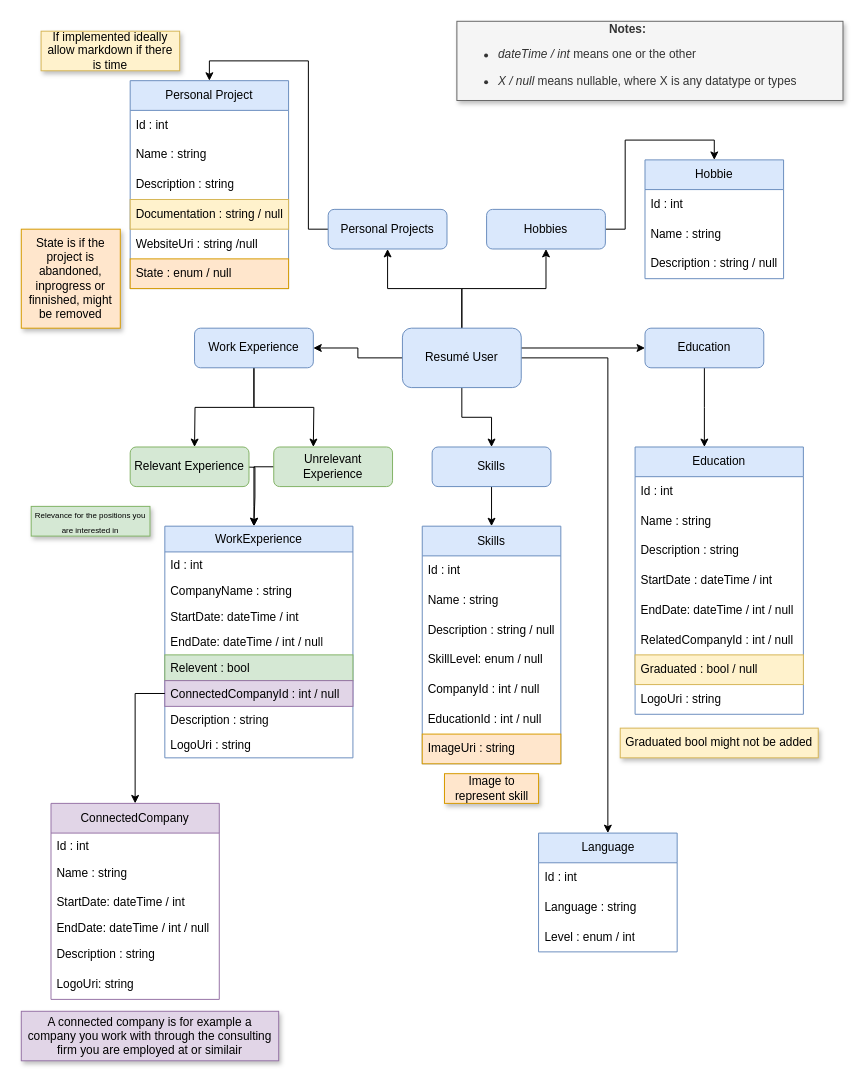
Before: Planning/Backend/PlanningDatabaseContent.drawio in Agent00bad/Examensarbete, a draw.io diagram. Source tidied: cells renumbered, new cells numbered last; positions are measured from the earlier drawing's top-left corner, leaving out a move shared by most shapes. Both pictures are drawn from the tidied source at 99%, with x=0, y=0 at pixel (21, 21).
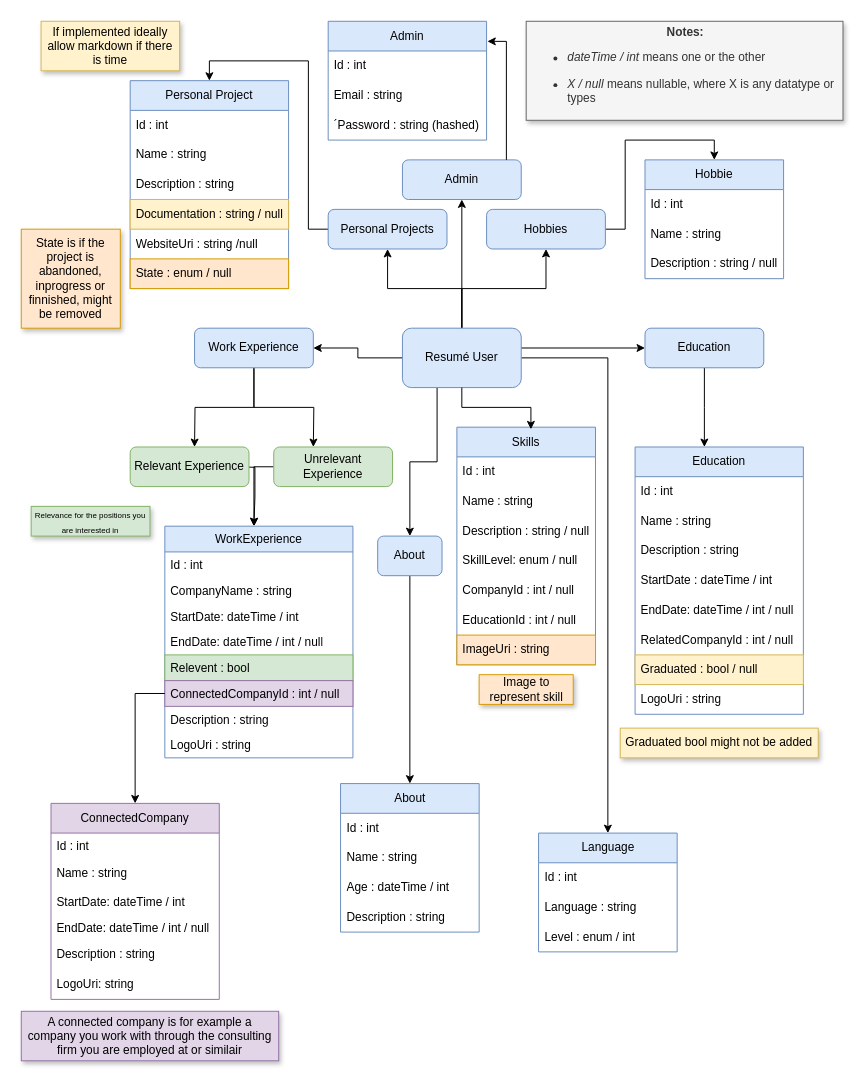
After the change.

The change refers to these unchanged cells:
```xml
<mxCell id="8" value="Resumé User" style="rounded=1;whiteSpace=wrap;html=1;fillColor=#dae8fc;strokeColor=#6c8ebf;" parent="1" vertex="1">
  <mxGeometry x="385" y="310" width="120" height="60" as="geometry" />
</mxCell>
```

Diff of the diagram source:
```diff
@@
-    <mxCell id="4" style="edgeStyle=orthogonalEdgeStyle;rounded=0;jettySize=auto;html=1;entryX=0.5;entryY=0;entryDx=0;entryDy=0;" parent="1" edge="1" source="8" target="27">
-      <mxGeometry relative="1" as="geometry" />
-    </mxCell>
@@
+    <mxCell id="80" style="edgeStyle=orthogonalEdgeStyle;rounded=0;jettySize=auto;html=1;entryX=0.5;entryY=1;entryDx=0;entryDy=0;" parent="1" edge="1" source="8" target="88">
+      <mxGeometry relative="1" as="geometry" />
+    </mxCell>
+    <mxCell id="81" style="edgeStyle=orthogonalEdgeStyle;rounded=0;jettySize=auto;html=1;entryX=0.5;entryY=0;entryDx=0;entryDy=0;" parent="1" edge="1" source="8" target="90">
+      <mxGeometry relative="1" as="geometry">
+        <Array as="points">
+          <mxPoint x="420" y="445" />
+          <mxPoint x="393" y="445" />
+        </Array>
+      </mxGeometry>
+    </mxCell>
@@
-    <mxCell id="26" style="edgeStyle=orthogonalEdgeStyle;rounded=0;jettySize=auto;html=1;exitX=0.5;exitY=1;exitDx=0;exitDy=0;entryX=0.5;entryY=0;entryDx=0;entryDy=0;" parent="1" edge="1" source="27" target="30">
-      <mxGeometry relative="1" as="geometry" />
-    </mxCell>
-    <mxCell id="27" value="Skills" style="rounded=1;whiteSpace=wrap;html=1;fillColor=#dae8fc;strokeColor=#6c8ebf;" parent="1" vertex="1">
-      <mxGeometry x="415" y="430" width="120" height="40" as="geometry" />
-    </mxCell>
@@
     <mxCell id="30" value="Skills" style="swimlane;fontStyle=0;horizontal=1;startSize=30;whiteSpace=wrap;html=1;fillColor=#dae8fc;strokeColor=#6c8ebf;" parent="1" vertex="1">
-      <mxGeometry x="405" y="510" width="140" height="240" as="geometry" />
+      <mxGeometry x="440" y="410" width="140" height="240" as="geometry" />
     </mxCell>
@@
     <mxCell id="68" value="If implemented ideally allow markdown if there is time" style="text;html=1;align=center;verticalAlign=middle;whiteSpace=wrap;rounded=0;fillColor=#fff2cc;strokeColor=#d6b656;shadow=1;" parent="1" vertex="1">
-      <mxGeometry x="20" y="10" width="140" height="40" as="geometry" />
+      <mxGeometry x="20" width="140" height="50" as="geometry" />
     </mxCell>
     <mxCell id="69" value="Image to represent skill" style="text;html=1;align=center;verticalAlign=middle;whiteSpace=wrap;rounded=0;fillColor=#ffe6cc;strokeColor=#d79b00;shadow=1;" parent="1" vertex="1">
-      <mxGeometry x="427.5" y="760" width="95" height="30" as="geometry" />
+      <mxGeometry x="462.5" y="660" width="95" height="30" as="geometry" />
     </mxCell>
@@
     <mxCell id="71" value="&lt;div align=&quot;center&quot;&gt;&lt;b&gt;Notes:&lt;/b&gt;&lt;/div&gt;&lt;div align=&quot;left&quot;&gt;&lt;ul&gt;&lt;li&gt;&lt;i&gt;dateTime / int&lt;/i&gt; means one or the other&lt;/li&gt;&lt;/ul&gt;&lt;/div&gt;&lt;div align=&quot;left&quot;&gt;&lt;ul&gt;&lt;li&gt;&lt;i&gt;X / null&lt;/i&gt; means nullable, where X is any datatype or types&lt;br&gt;&lt;/li&gt;&lt;/ul&gt;&lt;/div&gt;" style="rounded=0;whiteSpace=wrap;html=1;align=left;fillColor=#f5f5f5;fontColor=#333333;strokeColor=#666666;shadow=1;" parent="1" vertex="1">
-      <mxGeometry x="440" width="390" height="80" as="geometry" />
+      <mxGeometry x="510" width="320" height="100" as="geometry" />
     </mxCell>
@@
+    <mxCell id="82" style="edgeStyle=orthogonalEdgeStyle;rounded=0;jettySize=auto;html=1;entryX=0.534;entryY=0.009;entryDx=0;entryDy=0;entryPerimeter=0;" parent="1" edge="1" source="8" target="30">
+      <mxGeometry relative="1" as="geometry" />
+    </mxCell>
+    <mxCell id="83" value="About" style="swimlane;fontStyle=0;horizontal=1;startSize=30;whiteSpace=wrap;html=1;fillColor=#dae8fc;strokeColor=#6c8ebf;" parent="1" vertex="1">
+      <mxGeometry x="322.5" y="770" width="140" height="150" as="geometry" />
+    </mxCell>
+    <mxCell id="84" value="Id : int" style="text;strokeColor=none;fillColor=none;align=left;verticalAlign=middle;spacingLeft=4;spacingRight=4;overflow=hidden;whiteSpace=wrap;html=1;" parent="83" vertex="1">
+      <mxGeometry y="30" width="140" height="30" as="geometry" />
+    </mxCell>
+    <mxCell id="85" value="Name : string" style="text;strokeColor=none;fillColor=none;align=left;verticalAlign=middle;spacingLeft=4;spacingRight=4;overflow=hidden;whiteSpace=wrap;html=1;" parent="83" vertex="1">
+      <mxGeometry y="60" width="140" height="30" as="geometry" />
+    </mxCell>
+    <mxCell id="86" value="Age : dateTime / int" style="text;strokeColor=none;fillColor=none;align=left;verticalAlign=middle;spacingLeft=4;spacingRight=4;overflow=hidden;whiteSpace=wrap;html=1;" parent="83" vertex="1">
+      <mxGeometry y="90" width="140" height="30" as="geometry" />
+    </mxCell>
+    <mxCell id="87" value="Description : string" style="text;strokeColor=none;fillColor=none;align=left;verticalAlign=middle;spacingLeft=4;spacingRight=4;overflow=hidden;whiteSpace=wrap;html=1;" parent="83" vertex="1">
+      <mxGeometry y="120" width="140" height="30" as="geometry" />
+    </mxCell>
+    <mxCell id="88" value="Admin" style="rounded=1;whiteSpace=wrap;html=1;fillColor=#dae8fc;strokeColor=#6c8ebf;" parent="1" vertex="1">
+      <mxGeometry x="385" y="140" width="120" height="40" as="geometry" />
+    </mxCell>
+    <mxCell id="89" style="edgeStyle=orthogonalEdgeStyle;rounded=0;jettySize=auto;html=1;" parent="1" edge="1" source="90" target="83">
+      <mxGeometry relative="1" as="geometry" />
+    </mxCell>
+    <mxCell id="90" value="About" style="rounded=1;whiteSpace=wrap;html=1;fillColor=#dae8fc;strokeColor=#6c8ebf;" parent="1" vertex="1">
+      <mxGeometry x="360" y="520" width="65" height="40" as="geometry" />
+    </mxCell>
+    <mxCell id="91" value="Admin" style="swimlane;fontStyle=0;horizontal=1;startSize=30;whiteSpace=wrap;html=1;fillColor=#dae8fc;strokeColor=#6c8ebf;" parent="1" vertex="1">
+      <mxGeometry x="310" width="160" height="120" as="geometry" />
+    </mxCell>
+    <mxCell id="92" value="Id : int" style="text;strokeColor=none;fillColor=none;align=left;verticalAlign=middle;spacingLeft=4;spacingRight=4;overflow=hidden;whiteSpace=wrap;html=1;" parent="91" vertex="1">
+      <mxGeometry y="30" width="160" height="30" as="geometry" />
+    </mxCell>
+    <mxCell id="93" value="Email : string " style="text;strokeColor=none;fillColor=none;align=left;verticalAlign=middle;spacingLeft=4;spacingRight=4;overflow=hidden;whiteSpace=wrap;html=1;" parent="91" vertex="1">
+      <mxGeometry y="60" width="160" height="30" as="geometry" />
+    </mxCell>
+    <mxCell id="94" value="´Password : string (hashed)" style="text;strokeColor=none;fillColor=none;align=left;verticalAlign=middle;spacingLeft=4;spacingRight=4;overflow=hidden;whiteSpace=wrap;html=1;" parent="91" vertex="1">
+      <mxGeometry y="90" width="160" height="30" as="geometry" />
+    </mxCell>
+    <mxCell id="95" style="edgeStyle=orthogonalEdgeStyle;rounded=0;jettySize=auto;html=1;entryX=1.005;entryY=0.169;entryDx=0;entryDy=0;entryPerimeter=0;" parent="1" edge="1" source="88" target="91">
+      <mxGeometry relative="1" as="geometry">
+        <Array as="points">
+          <mxPoint x="490" y="20" />
+        </Array>
+      </mxGeometry>
+    </mxCell>
```
